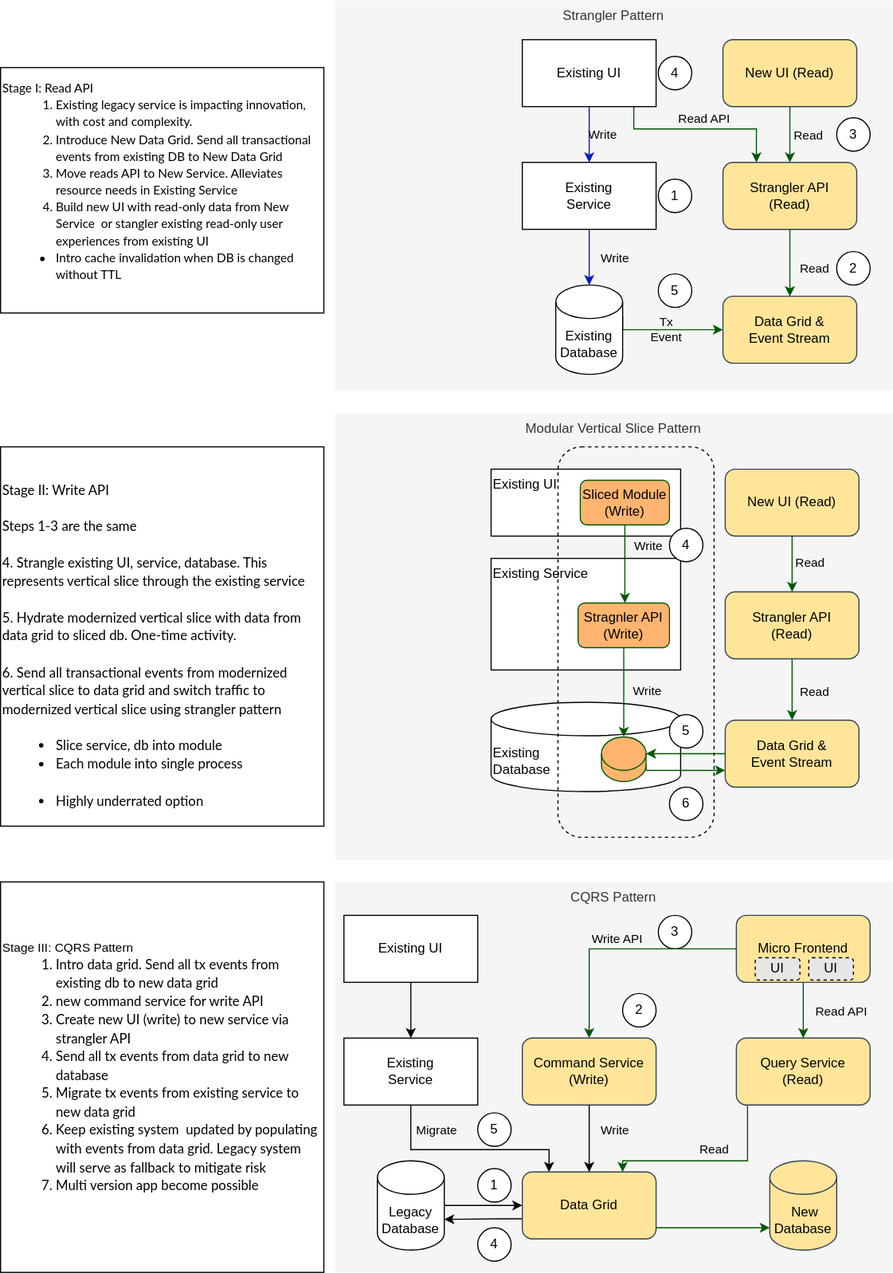
This is antora/docs/modules/ROOT/images/migration.drawio.svg from man-chi/foundation, a draw.io export, as it was before one commit. Source tidied: cells renumbered, new cells last; positions are measured from the earlier drawing's top-left corner, leaving out a move shared by most shapes.
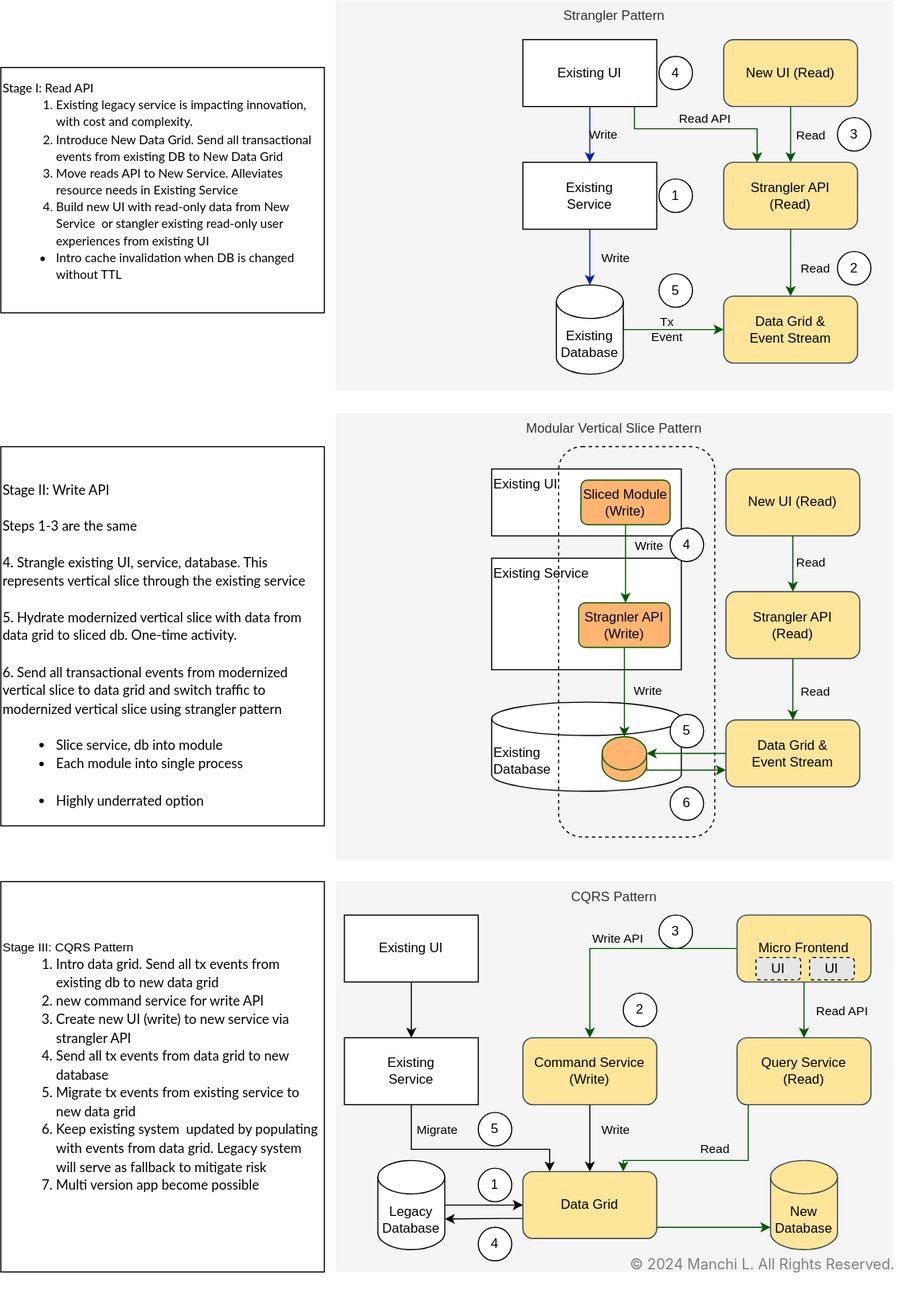
Later version of the same file.

Commit message:
Update architecture and migration diagrams added copyright author

Diff of the diagram source:
```diff
@@ -2,9 +2,15 @@
   <root>
     <mxCell id="0" />
     <mxCell id="1" parent="0" />
+    <mxCell id="78" style="group;" parent="1" vertex="1">
+      <mxGeometry x="300" y="790" width="508" height="380" as="geometry" />
+    </mxCell>
-    <mxCell id="2" value="CQRS Pattern" style="rounded=0;whiteSpace=wrap;html=1;verticalAlign=top;align=center;fillColor=#f5f5f5;fontColor=#333333;strokeColor=none;" parent="1" vertex="1">
-      <mxGeometry x="300" y="790" width="500" height="350" as="geometry" />
+    <mxCell id="2" value="CQRS Pattern" style="rounded=0;whiteSpace=wrap;html=1;verticalAlign=top;align=center;fillColor=#f5f5f5;fontColor=#333333;strokeColor=none;" parent="78" vertex="1">
+      <mxGeometry width="500" height="350" as="geometry" />
     </mxCell>
+    <mxCell id="79" value="&lt;p style=&quot;word-break: break-word; font-family: -apple-system, &amp;quot;system-ui&amp;quot;, sans-serif; font-size: 13px; text-align: start;&quot;&gt;&lt;font color=&quot;#808080&quot;&gt;© 2024 Manchi L. All Rights Reserved.&lt;/font&gt;&lt;/p&gt;&lt;div&gt;&lt;br&gt;&lt;/div&gt;" style="text;strokeColor=none;align=center;fillColor=none;html=1;verticalAlign=middle;whiteSpace=wrap;rounded=0;labelBackgroundColor=none;fontColor=#000000;" parent="78" vertex="1">
+      <mxGeometry x="258" y="320" width="250" height="60" as="geometry" />
+    </mxCell>
     <mxCell id="3" value="Strangler Pattern" style="rounded=0;whiteSpace=wrap;html=1;verticalAlign=top;align=center;fillColor=#f5f5f5;fontColor=#333333;strokeColor=none;" parent="1" vertex="1">
       <mxGeometry x="300" width="500" height="350" as="geometry" />
     </mxCell>
```
